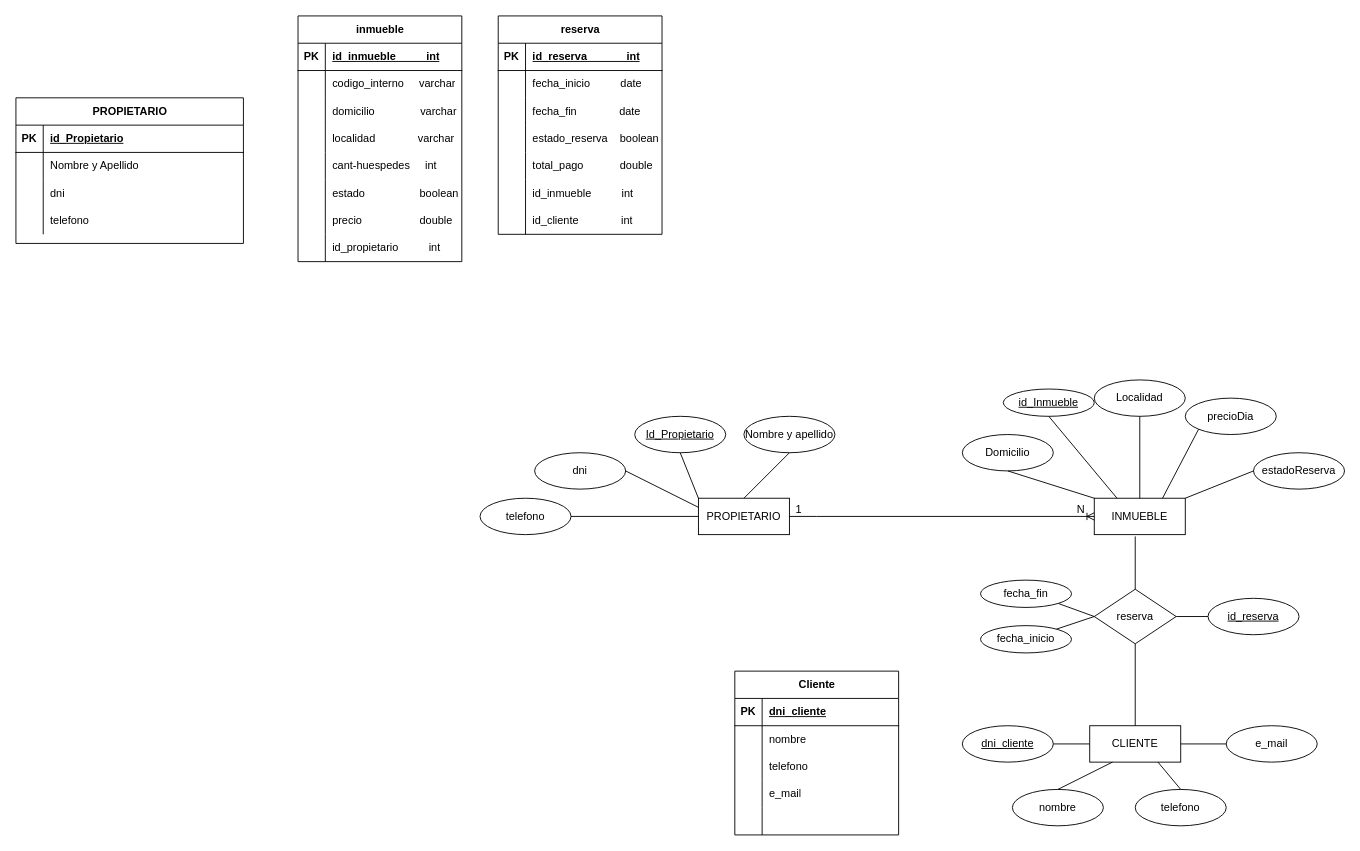
Before: Diagrama sin título.drawio in carbai3/ABD_EJERCICIO1, a draw.io diagram. Source tidied: cells renumbered, new cells numbered last; positions are measured from the earlier drawing's top-left corner, leaving out a move shared by most shapes. Both pictures are drawn from the tidied source at 91%, with x=0, y=0 at pixel (15, 15).
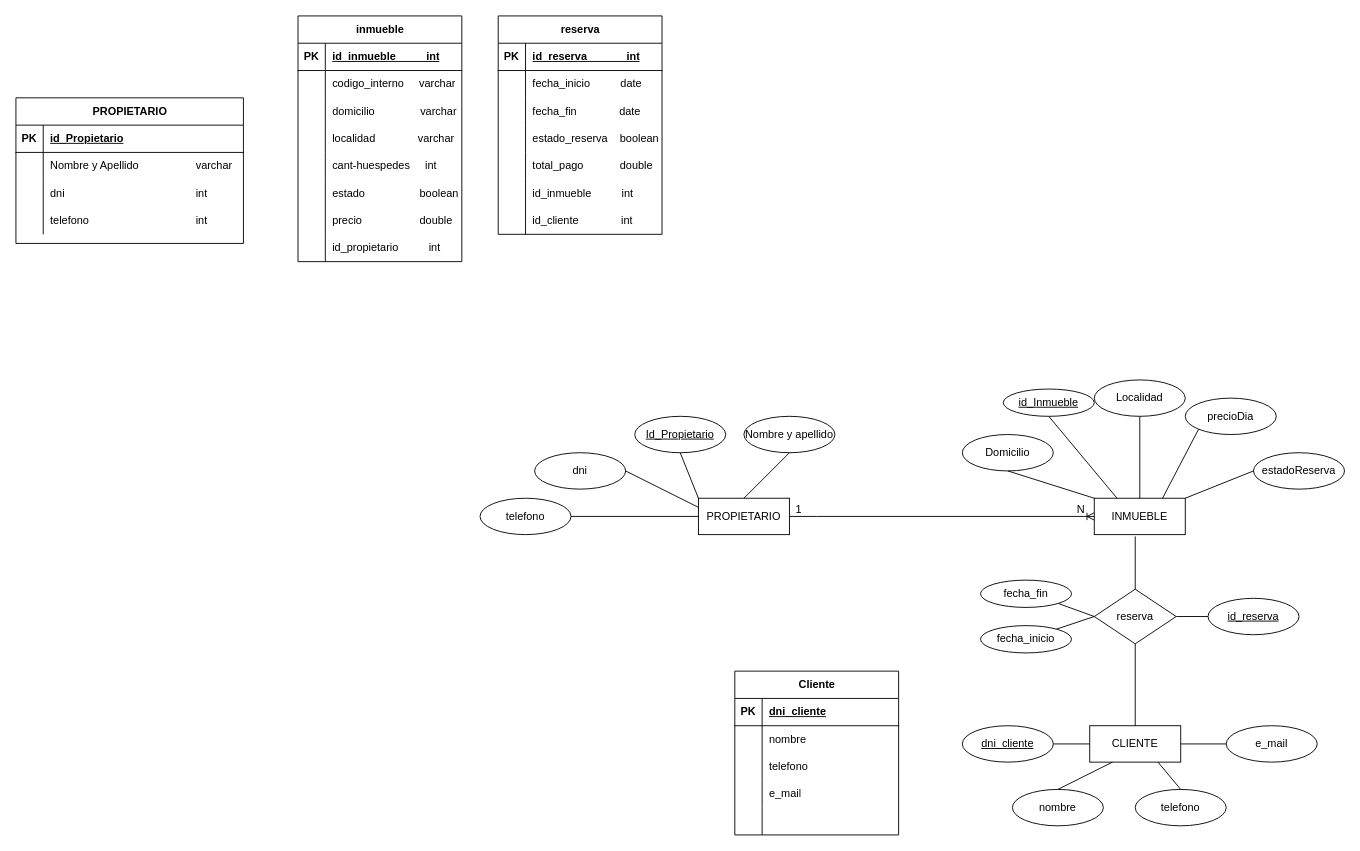
After the change.

The change refers to these unchanged cells:
```xml
<mxCell id="50" style="shape=tableRow;horizontal=0;startSize=0;swimlaneHead=0;swimlaneBody=0;fillColor=none;top=0;left=0;right=0;bottom=0;" parent="46" vertex="1">
  <mxGeometry y="60" width="250" height="30" as="geometry" />
</mxCell>
<mxCell id="53" style="shape=tableRow;horizontal=0;startSize=0;swimlaneHead=0;swimlaneBody=0;fillColor=none;top=0;left=0;right=0;bottom=0;" parent="46" vertex="1">
  <mxGeometry y="90" width="250" height="30" as="geometry" />
</mxCell>
<mxCell id="56" style="shape=tableRow;horizontal=0;startSize=0;swimlaneHead=0;swimlaneBody=0;fillColor=none;top=0;left=0;right=0;bottom=0;" parent="46" vertex="1">
  <mxGeometry y="120" width="250" height="30" as="geometry" />
</mxCell>
```

Diff of the diagram source:
```diff
@@
-    <mxCell id="52" value="Nombre y Apellido" style="shape=partialRectangle;fillColor=none;top=0;left=0;bottom=0;right=0;align=left;spacingLeft=6;overflow=hidden;whiteSpace=wrap;html=1;" parent="50" vertex="1">
+    <mxCell id="52" value="Nombre y Apellido&lt;span style=&quot;white-space: pre;&quot;&gt;&#9;&lt;/span&gt;&lt;span style=&quot;white-space: pre;&quot;&gt;&#9;&lt;/span&gt;&lt;span style=&quot;white-space: pre;&quot;&gt;&#9;&lt;/span&gt;varchar" style="shape=partialRectangle;fillColor=none;top=0;left=0;bottom=0;right=0;align=left;spacingLeft=6;overflow=hidden;whiteSpace=wrap;html=1;" parent="50" vertex="1">
       <mxGeometry x="30" width="220" height="30" as="geometry" />
     </mxCell>
@@
-    <mxCell id="55" value="dni" style="shape=partialRectangle;fillColor=none;top=0;left=0;bottom=0;right=0;align=left;spacingLeft=6;overflow=hidden;whiteSpace=wrap;html=1;" parent="53" vertex="1">
+    <mxCell id="55" value="dni&lt;span style=&quot;white-space: pre;&quot;&gt;&#9;&lt;/span&gt;&lt;span style=&quot;white-space: pre;&quot;&gt;&#9;&lt;/span&gt;&lt;span style=&quot;white-space: pre;&quot;&gt;&#9;&lt;/span&gt;&lt;span style=&quot;white-space: pre;&quot;&gt;&#9;&lt;/span&gt;&lt;span style=&quot;white-space: pre;&quot;&gt;&#9;&lt;/span&gt;&lt;span style=&quot;white-space: pre;&quot;&gt;&#9;&lt;/span&gt;int" style="shape=partialRectangle;fillColor=none;top=0;left=0;bottom=0;right=0;align=left;spacingLeft=6;overflow=hidden;whiteSpace=wrap;html=1;" parent="53" vertex="1">
       <mxGeometry x="30" width="220" height="30" as="geometry" />
     </mxCell>
@@
-    <mxCell id="58" value="telefono" style="shape=partialRectangle;fillColor=none;top=0;left=0;bottom=0;right=0;align=left;spacingLeft=6;overflow=hidden;whiteSpace=wrap;html=1;" parent="56" vertex="1">
+    <mxCell id="58" value="telefono&lt;span style=&quot;white-space: pre;&quot;&gt;&#9;&lt;/span&gt;&lt;span style=&quot;white-space: pre;&quot;&gt;&#9;&lt;/span&gt;&lt;span style=&quot;white-space: pre;&quot;&gt;&#9;&lt;/span&gt;&lt;span style=&quot;white-space: pre;&quot;&gt;&#9;&lt;/span&gt;&lt;span style=&quot;white-space: pre;&quot;&gt;&#9;&lt;/span&gt;int" style="shape=partialRectangle;fillColor=none;top=0;left=0;bottom=0;right=0;align=left;spacingLeft=6;overflow=hidden;whiteSpace=wrap;html=1;" parent="56" vertex="1">
       <mxGeometry x="30" width="220" height="30" as="geometry" />
     </mxCell>
```
